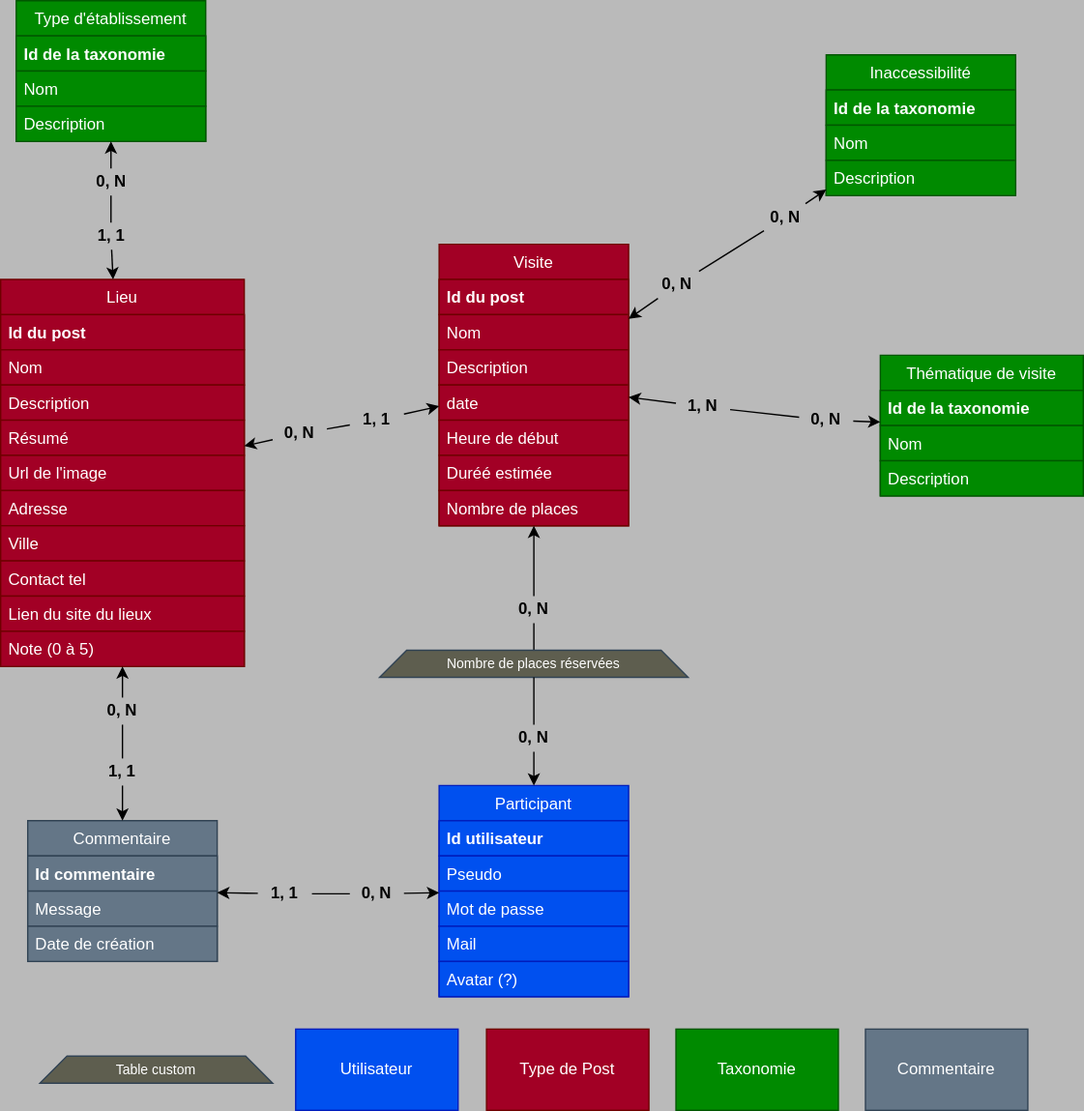
The draw.io diagram documentation/mcd.drawio.svg in aurelien-genois/opatrimoine-public, before a commit. Source tidied: cells renumbered, new cells last; positions are measured from the earlier drawing's top-left corner, leaving out a move shared by most shapes.
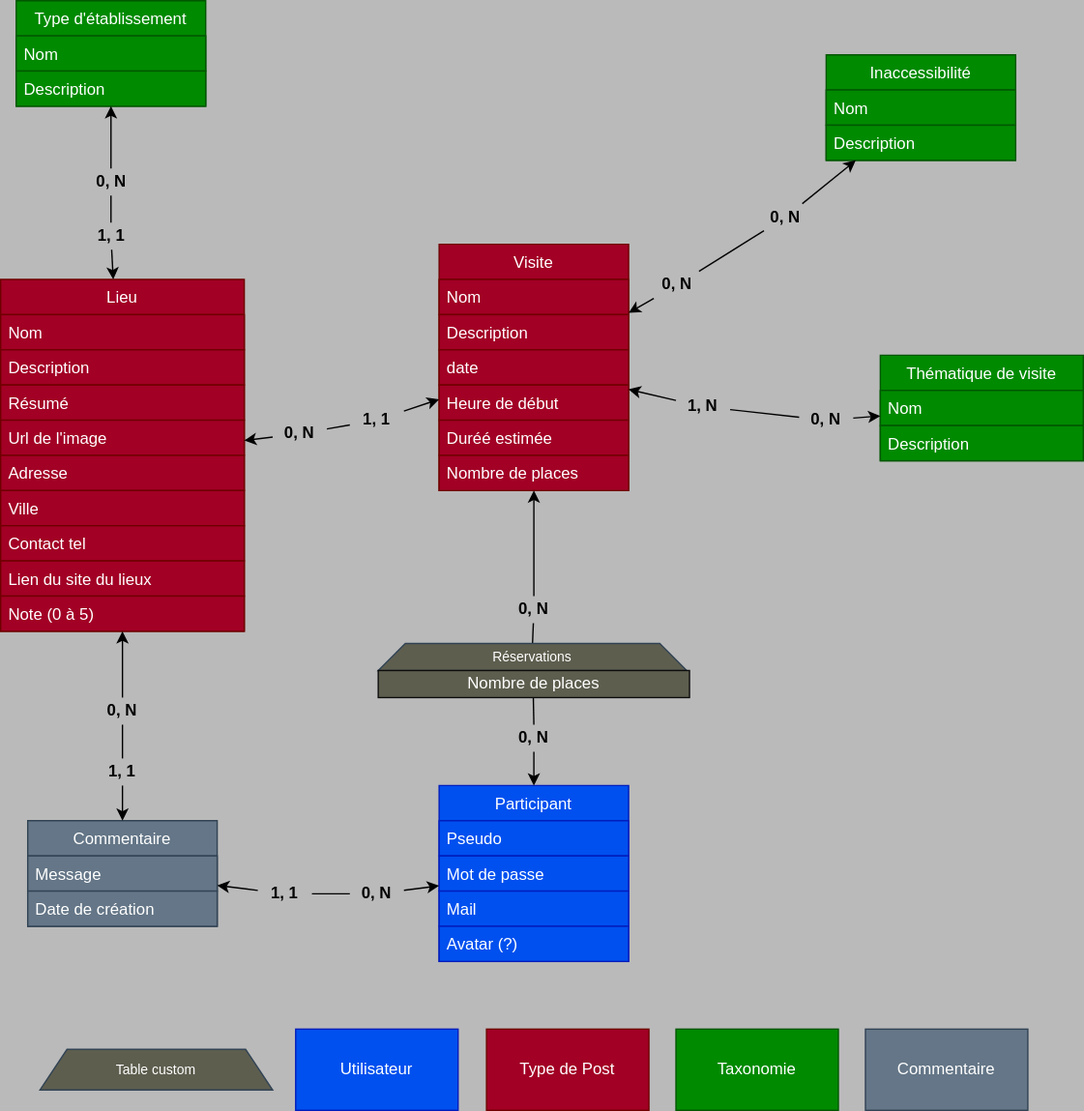
Above is the later version.

What changed in the source:
```diff
@@ -3,55 +3,49 @@
     <mxCell id="0" />
     <mxCell id="1" parent="0" />
     <mxCell id="2" value="Lieu " style="swimlane;fontStyle=0;horizontal=1;startSize=26;fillColor=#a20025;strokeColor=#6F0000;fontColor=#ffffff;" parent="1" vertex="1">
-      <mxGeometry y="206" width="180" height="286" as="geometry" />
+      <mxGeometry y="206" width="180" height="260" as="geometry" />
     </mxCell>
-    <mxCell id="3" value="Id du post" style="text;align=left;verticalAlign=top;spacingLeft=4;spacingRight=4;overflow=hidden;fontStyle=1;fillColor=#a20025;strokeColor=#6F0000;fontColor=#ffffff;" parent="2" vertex="1">
-      <mxGeometry y="26" width="180" height="26" as="geometry" />
-    </mxCell>
     <mxCell id="4" value="Nom" style="text;align=left;verticalAlign=top;spacingLeft=4;spacingRight=4;overflow=hidden;fillColor=#a20025;strokeColor=#6F0000;fontColor=#ffffff;" parent="2" vertex="1">
-      <mxGeometry y="52" width="180" height="26" as="geometry" />
+      <mxGeometry y="26" width="180" height="26" as="geometry" />
     </mxCell>
     <mxCell id="5" value="Description" style="text;align=left;verticalAlign=top;spacingLeft=4;spacingRight=4;overflow=hidden;fillColor=#a20025;strokeColor=#6F0000;fontColor=#ffffff;" parent="2" vertex="1">
-      <mxGeometry y="78" width="180" height="26" as="geometry" />
+      <mxGeometry y="52" width="180" height="26" as="geometry" />
     </mxCell>
     <mxCell id="6" value="Résumé" style="text;align=left;verticalAlign=top;spacingLeft=4;spacingRight=4;overflow=hidden;fillColor=#a20025;strokeColor=#6F0000;fontColor=#ffffff;" parent="2" vertex="1">
-      <mxGeometry y="104" width="180" height="26" as="geometry" />
+      <mxGeometry y="78" width="180" height="26" as="geometry" />
     </mxCell>
     <mxCell id="7" value="Url de l'image" style="text;align=left;verticalAlign=top;spacingLeft=4;spacingRight=4;overflow=hidden;fillColor=#a20025;strokeColor=#6F0000;fontColor=#ffffff;" parent="2" vertex="1">
-      <mxGeometry y="130" width="180" height="26" as="geometry" />
+      <mxGeometry y="104" width="180" height="26" as="geometry" />
     </mxCell>
     <mxCell id="8" value="Adresse" style="text;align=left;verticalAlign=top;spacingLeft=4;spacingRight=4;overflow=hidden;fillColor=#a20025;strokeColor=#6F0000;fontColor=#ffffff;" parent="2" vertex="1">
-      <mxGeometry y="156" width="180" height="26" as="geometry" />
+      <mxGeometry y="130" width="180" height="26" as="geometry" />
     </mxCell>
     <mxCell id="9" value="Ville" style="text;align=left;verticalAlign=top;spacingLeft=4;spacingRight=4;overflow=hidden;fillColor=#a20025;strokeColor=#6F0000;fontColor=#ffffff;" parent="2" vertex="1">
-      <mxGeometry y="182" width="180" height="26" as="geometry" />
+      <mxGeometry y="156" width="180" height="26" as="geometry" />
     </mxCell>
     <mxCell id="10" value="Contact tel" style="text;align=left;verticalAlign=top;spacingLeft=4;spacingRight=4;overflow=hidden;fillColor=#a20025;strokeColor=#6F0000;fontColor=#ffffff;" parent="2" vertex="1">
-      <mxGeometry y="208" width="180" height="26" as="geometry" />
+      <mxGeometry y="182" width="180" height="26" as="geometry" />
     </mxCell>
     <mxCell id="11" value="Lien du site du lieux" style="text;align=left;verticalAlign=top;spacingLeft=4;spacingRight=4;overflow=hidden;fillColor=#a20025;strokeColor=#6F0000;fontColor=#ffffff;" parent="2" vertex="1">
-      <mxGeometry y="234" width="180" height="26" as="geometry" />
+      <mxGeometry y="208" width="180" height="26" as="geometry" />
     </mxCell>
     <mxCell id="12" value="Note (0 à 5)" style="text;align=left;verticalAlign=top;spacingLeft=4;spacingRight=4;overflow=hidden;fillColor=#a20025;strokeColor=#6F0000;fontColor=#ffffff;" parent="2" vertex="1">
-      <mxGeometry y="260" width="180" height="26" as="geometry" />
+      <mxGeometry y="234" width="180" height="26" as="geometry" />
     </mxCell>
     <mxCell id="13" value="Participant" style="swimlane;fontStyle=0;horizontal=1;startSize=26;fillColor=#0050ef;strokeColor=#001DBC;fontColor=#ffffff;" parent="1" vertex="1">
-      <mxGeometry x="324" y="580" width="140" height="156" as="geometry" />
+      <mxGeometry x="324" y="580" width="140" height="130" as="geometry" />
     </mxCell>
-    <mxCell id="14" value="Id utilisateur" style="text;strokeColor=#001DBC;fillColor=#0050ef;align=left;verticalAlign=top;spacingLeft=4;spacingRight=4;overflow=hidden;fontStyle=1;fontColor=#ffffff;" parent="13" vertex="1">
-      <mxGeometry y="26" width="140" height="26" as="geometry" />
-    </mxCell>
     <mxCell id="15" value="Pseudo" style="text;strokeColor=#001DBC;fillColor=#0050ef;align=left;verticalAlign=top;spacingLeft=4;spacingRight=4;overflow=hidden;fontColor=#ffffff;" parent="13" vertex="1">
-      <mxGeometry y="52" width="140" height="26" as="geometry" />
+      <mxGeometry y="26" width="140" height="26" as="geometry" />
     </mxCell>
     <mxCell id="16" value="Mot de passe" style="text;strokeColor=#001DBC;fillColor=#0050ef;align=left;verticalAlign=top;spacingLeft=4;spacingRight=4;overflow=hidden;fontColor=#ffffff;" parent="13" vertex="1">
-      <mxGeometry y="78" width="140" height="26" as="geometry" />
+      <mxGeometry y="52" width="140" height="26" as="geometry" />
     </mxCell>
     <mxCell id="17" value="Mail" style="text;strokeColor=#001DBC;fillColor=#0050ef;align=left;verticalAlign=top;spacingLeft=4;spacingRight=4;overflow=hidden;fontColor=#ffffff;" parent="13" vertex="1">
-      <mxGeometry y="104" width="140" height="26" as="geometry" />
+      <mxGeometry y="78" width="140" height="26" as="geometry" />
     </mxCell>
     <mxCell id="18" value="Avatar (?)" style="text;strokeColor=#001DBC;fillColor=#0050ef;align=left;verticalAlign=top;spacingLeft=4;spacingRight=4;overflow=hidden;fontColor=#ffffff;" parent="13" vertex="1">
-      <mxGeometry y="130" width="140" height="26" as="geometry" />
+      <mxGeometry y="104" width="140" height="26" as="geometry" />
     </mxCell>
     <mxCell id="19" value="Utilisateur" style="rounded=0;whiteSpace=wrap;html=1;fillColor=#0050ef;strokeColor=#001DBC;fontColor=#ffffff;" parent="1" vertex="1">
       <mxGeometry x="218" y="760" width="120" height="60" as="geometry" />
@@ -60,43 +54,37 @@
       <mxGeometry x="359" y="760" width="120" height="60" as="geometry" />
     </mxCell>
     <mxCell id="21" value="Visite" style="swimlane;fontStyle=0;horizontal=1;startSize=26;fillColor=#a20025;strokeColor=#6F0000;fontColor=#ffffff;" parent="1" vertex="1">
-      <mxGeometry x="324" y="180" width="140" height="208" as="geometry" />
+      <mxGeometry x="324" y="180" width="140" height="182" as="geometry" />
     </mxCell>
-    <mxCell id="22" value="Id du post" style="text;strokeColor=#6F0000;fillColor=#a20025;align=left;verticalAlign=top;spacingLeft=4;spacingRight=4;overflow=hidden;fontStyle=1;fontColor=#ffffff;" parent="21" vertex="1">
-      <mxGeometry y="26" width="140" height="26" as="geometry" />
-    </mxCell>
     <mxCell id="23" value="Nom" style="text;strokeColor=#6F0000;fillColor=#a20025;align=left;verticalAlign=top;spacingLeft=4;spacingRight=4;overflow=hidden;fontColor=#ffffff;" parent="21" vertex="1">
-      <mxGeometry y="52" width="140" height="26" as="geometry" />
+      <mxGeometry y="26" width="140" height="26" as="geometry" />
     </mxCell>
     <mxCell id="24" value="Description" style="text;strokeColor=#6F0000;fillColor=#a20025;align=left;verticalAlign=top;spacingLeft=4;spacingRight=4;overflow=hidden;fontColor=#ffffff;" parent="21" vertex="1">
-      <mxGeometry y="78" width="140" height="26" as="geometry" />
+      <mxGeometry y="52" width="140" height="26" as="geometry" />
     </mxCell>
     <mxCell id="25" value="date" style="text;strokeColor=#6F0000;fillColor=#a20025;align=left;verticalAlign=top;spacingLeft=4;spacingRight=4;overflow=hidden;fontColor=#ffffff;" parent="21" vertex="1">
-      <mxGeometry y="104" width="140" height="26" as="geometry" />
+      <mxGeometry y="78" width="140" height="26" as="geometry" />
     </mxCell>
     <mxCell id="26" value="Heure de début" style="text;strokeColor=#6F0000;fillColor=#a20025;align=left;verticalAlign=top;spacingLeft=4;spacingRight=4;overflow=hidden;fontColor=#ffffff;" parent="21" vertex="1">
-      <mxGeometry y="130" width="140" height="26" as="geometry" />
+      <mxGeometry y="104" width="140" height="26" as="geometry" />
     </mxCell>
     <mxCell id="27" value="Duréé estimée" style="text;strokeColor=#6F0000;fillColor=#a20025;align=left;verticalAlign=top;spacingLeft=4;spacingRight=4;overflow=hidden;fontColor=#ffffff;" parent="21" vertex="1">
-      <mxGeometry y="156" width="140" height="26" as="geometry" />
+      <mxGeometry y="130" width="140" height="26" as="geometry" />
     </mxCell>
     <mxCell id="28" value="Nombre de places" style="text;strokeColor=#6F0000;fillColor=#a20025;align=left;verticalAlign=top;spacingLeft=4;spacingRight=4;overflow=hidden;fontColor=#ffffff;" parent="21" vertex="1">
-      <mxGeometry y="182" width="140" height="26" as="geometry" />
+      <mxGeometry y="156" width="140" height="26" as="geometry" />
     </mxCell>
     <mxCell id="29" value="Taxonomie" style="rounded=0;whiteSpace=wrap;html=1;fillColor=#008a00;strokeColor=#005700;fontColor=#ffffff;" parent="1" vertex="1">
       <mxGeometry x="499" y="760" width="120" height="60" as="geometry" />
     </mxCell>
     <mxCell id="30" value="Thématique de visite" style="swimlane;fontStyle=0;horizontal=1;startSize=26;fillColor=#008a00;strokeColor=#005700;fontColor=#ffffff;" parent="1" vertex="1">
-      <mxGeometry x="650" y="262" width="150" height="104" as="geometry" />
+      <mxGeometry x="650" y="262" width="150" height="78" as="geometry" />
     </mxCell>
-    <mxCell id="31" value="Id de la taxonomie" style="text;strokeColor=#005700;fillColor=#008a00;align=left;verticalAlign=top;spacingLeft=4;spacingRight=4;overflow=hidden;fontStyle=1;fontColor=#ffffff;" parent="30" vertex="1">
-      <mxGeometry y="26" width="150" height="26" as="geometry" />
-    </mxCell>
     <mxCell id="32" value="Nom" style="text;strokeColor=#005700;fillColor=#008a00;align=left;verticalAlign=top;spacingLeft=4;spacingRight=4;overflow=hidden;fontColor=#ffffff;" parent="30" vertex="1">
-      <mxGeometry y="52" width="150" height="26" as="geometry" />
+      <mxGeometry y="26" width="150" height="26" as="geometry" />
     </mxCell>
     <mxCell id="33" value="Description" style="text;strokeColor=#005700;fillColor=#008a00;align=left;verticalAlign=top;spacingLeft=4;spacingRight=4;overflow=hidden;fontColor=#ffffff;" parent="30" vertex="1">
-      <mxGeometry y="78" width="150" height="26" as="geometry" />
+      <mxGeometry y="52" width="150" height="26" as="geometry" />
     </mxCell>
     <mxCell id="34" style="endArrow=classic;startArrow=none;html=1;exitX=0.5;exitY=0;exitDx=0;exitDy=0;" parent="1" edge="1" source="37" target="21">
       <mxGeometry relative="1" as="geometry" />
@@ -113,8 +101,8 @@
     <mxCell id="38" style="endArrow=none;startArrow=none;html=1;exitX=0.5;exitY=0;exitDx=0;exitDy=0;" parent="1" edge="1" source="39" target="37">
       <mxGeometry relative="1" as="geometry" />
     </mxCell>
-    <mxCell id="39" value="&lt;font style=&quot;font-size: 10px&quot;&gt;Nombre de places réservées&lt;/font&gt;" style="shape=trapezoid;perimeter=trapezoidPerimeter;whiteSpace=wrap;html=1;fixedSize=1;strokeColor=#314354;fontColor=#ffffff;fillColor=#5E5E4F;" parent="1" vertex="1">
-      <mxGeometry x="280" y="480" width="228" height="20" as="geometry" />
+    <mxCell id="39" value="&lt;font style=&quot;font-size: 10px&quot;&gt;Réservations&lt;/font&gt;" style="shape=trapezoid;perimeter=trapezoidPerimeter;whiteSpace=wrap;html=1;fixedSize=1;strokeColor=#314354;fontColor=#ffffff;fillColor=#5E5E4F;" parent="1" vertex="1">
+      <mxGeometry x="279" y="475" width="228" height="20" as="geometry" />
     </mxCell>
     <mxCell id="40" style="endArrow=none;startArrow=none;html=1;exitX=0.5;exitY=0;exitDx=0;exitDy=0;" parent="1" edge="1" source="35" target="39">
       <mxGeometry relative="1" as="geometry" />
@@ -150,19 +138,16 @@
       <mxGeometry relative="1" as="geometry" />
     </mxCell>
     <mxCell id="51" value="&lt;font style=&quot;font-size: 10px&quot;&gt;Table custom&lt;/font&gt;" style="shape=trapezoid;perimeter=trapezoidPerimeter;whiteSpace=wrap;html=1;fixedSize=1;strokeColor=#314354;fontColor=#ffffff;fillColor=#5E5E4F;" parent="1" vertex="1">
-      <mxGeometry x="29" y="780" width="172" height="20" as="geometry" />
+      <mxGeometry x="29" y="775" width="172" height="30" as="geometry" />
     </mxCell>
     <mxCell id="52" value="Type d'établissement" style="swimlane;fontStyle=0;horizontal=1;startSize=26;fillColor=#008a00;strokeColor=#005700;fontColor=#ffffff;" parent="1" vertex="1">
-      <mxGeometry x="11.5" width="140" height="104" as="geometry" />
+      <mxGeometry x="11.5" width="140" height="78" as="geometry" />
     </mxCell>
-    <mxCell id="53" value="Id de la taxonomie" style="text;strokeColor=#005700;fillColor=#008a00;align=left;verticalAlign=top;spacingLeft=4;spacingRight=4;overflow=hidden;fontStyle=1;fontColor=#ffffff;" parent="52" vertex="1">
-      <mxGeometry y="26" width="140" height="26" as="geometry" />
-    </mxCell>
     <mxCell id="54" value="Nom" style="text;strokeColor=#005700;fillColor=#008a00;align=left;verticalAlign=top;spacingLeft=4;spacingRight=4;overflow=hidden;fontColor=#ffffff;" parent="52" vertex="1">
-      <mxGeometry y="52" width="140" height="26" as="geometry" />
+      <mxGeometry y="26" width="140" height="26" as="geometry" />
     </mxCell>
     <mxCell id="55" value="Description" style="text;strokeColor=#005700;fillColor=#008a00;align=left;verticalAlign=top;spacingLeft=4;spacingRight=4;overflow=hidden;fontColor=#ffffff;" parent="52" vertex="1">
-      <mxGeometry y="78" width="140" height="26" as="geometry" />
+      <mxGeometry y="52" width="140" height="26" as="geometry" />
     </mxCell>
     <mxCell id="56" style="endArrow=classic;startArrow=none;html=1;" parent="1" edge="1" source="57" target="52">
       <mxGeometry relative="1" as="geometry" />
@@ -180,28 +165,22 @@
       <mxGeometry relative="1" as="geometry" />
     </mxCell>
     <mxCell id="61" value="Commentaire" style="swimlane;fontStyle=0;horizontal=1;startSize=26;fillColor=#647687;strokeColor=#314354;fontColor=#ffffff;" parent="1" vertex="1">
-      <mxGeometry x="20" y="606" width="140" height="104" as="geometry" />
+      <mxGeometry x="20" y="606" width="140" height="78" as="geometry" />
     </mxCell>
-    <mxCell id="62" value="Id commentaire" style="text;strokeColor=#314354;fillColor=#647687;align=left;verticalAlign=top;spacingLeft=4;spacingRight=4;overflow=hidden;fontStyle=1;fontColor=#ffffff;" parent="61" vertex="1">
-      <mxGeometry y="26" width="140" height="26" as="geometry" />
-    </mxCell>
     <mxCell id="63" value="Message" style="text;strokeColor=#314354;fillColor=#647687;align=left;verticalAlign=top;spacingLeft=4;spacingRight=4;overflow=hidden;fontColor=#ffffff;" parent="61" vertex="1">
-      <mxGeometry y="52" width="140" height="26" as="geometry" />
+      <mxGeometry y="26" width="140" height="26" as="geometry" />
     </mxCell>
     <mxCell id="64" value="Date de création" style="text;strokeColor=#314354;fillColor=#647687;align=left;verticalAlign=top;spacingLeft=4;spacingRight=4;overflow=hidden;fontColor=#ffffff;" parent="61" vertex="1">
-      <mxGeometry y="78" width="140" height="26" as="geometry" />
+      <mxGeometry y="52" width="140" height="26" as="geometry" />
     </mxCell>
     <mxCell id="65" value="Inaccessibilité" style="swimlane;fontStyle=0;horizontal=1;startSize=26;fillColor=#008a00;strokeColor=#005700;fontColor=#ffffff;" parent="1" vertex="1">
-      <mxGeometry x="610" y="40" width="140" height="104" as="geometry" />
+      <mxGeometry x="610" y="40" width="140" height="78" as="geometry" />
     </mxCell>
-    <mxCell id="66" value="Id de la taxonomie" style="text;strokeColor=#005700;fillColor=#008a00;align=left;verticalAlign=top;spacingLeft=4;spacingRight=4;overflow=hidden;fontStyle=1;fontColor=#ffffff;" parent="65" vertex="1">
-      <mxGeometry y="26" width="140" height="26" as="geometry" />
-    </mxCell>
     <mxCell id="67" value="Nom" style="text;strokeColor=#005700;fillColor=#008a00;align=left;verticalAlign=top;spacingLeft=4;spacingRight=4;overflow=hidden;fontColor=#ffffff;" parent="65" vertex="1">
-      <mxGeometry y="52" width="140" height="26" as="geometry" />
+      <mxGeometry y="26" width="140" height="26" as="geometry" />
     </mxCell>
     <mxCell id="68" value="Description" style="text;strokeColor=#005700;fillColor=#008a00;align=left;verticalAlign=top;spacingLeft=4;spacingRight=4;overflow=hidden;fontColor=#ffffff;" parent="65" vertex="1">
-      <mxGeometry y="78" width="140" height="26" as="geometry" />
+      <mxGeometry y="52" width="140" height="26" as="geometry" />
     </mxCell>
     <mxCell id="69" style="endArrow=classic;startArrow=none;html=1;" parent="1" edge="1" source="70" target="65">
       <mxGeometry relative="1" as="geometry" />
@@ -251,5 +230,8 @@
     <mxCell id="84" style="endArrow=none;startArrow=classic;html=1;" parent="1" edge="1" source="13" target="83">
       <mxGeometry relative="1" as="geometry" />
     </mxCell>
+    <mxCell id="85" value="Nombre de places" style="rounded=0;whiteSpace=wrap;html=1;fillColor=#5E5E4F;strokeColor=#0D0D0D;fontColor=#fff;" parent="1" vertex="1">
+      <mxGeometry x="279" y="495" width="230" height="20" as="geometry" />
+    </mxCell>
   </root>
 </mxGraphModel>
```
